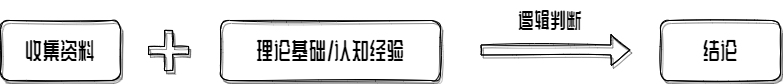
Before: problem-analysis-frame/Untitled Diagram.png, a diagram exported from draw.io (wudashan/blog-picture). Source tidied: cells renumbered, new cells last; positions are measured from the earlier drawing's top-left corner, leaving out a move shared by most shapes. Its diagram source:
```xml
<mxGraphModel>
  <root>
    <mxCell id="0" />
    <mxCell id="1" parent="0" />
    <mxCell id="2" value="&lt;p&gt;&lt;font style=&quot;font-size: 23px&quot;&gt;收集资料&lt;/font&gt;&lt;/p&gt;" style="whiteSpace=wrap;html=1;sketch=1;rounded=1;shadow=1;glass=0;fontFamily=ZCOOL QingKe HuangYou;fontSource=https%3A%2F%2Ffonts.googleapis.com%2Fcss%3Ffamily%3DZCOOL%2BQingKe%2BHuangYou;" parent="1" vertex="1">
      <mxGeometry y="20" width="120" height="60" as="geometry" />
    </mxCell>
    <mxCell id="3" style="shape=cross;whiteSpace=wrap;html=1;rounded=1;shadow=1;glass=0;sketch=1;fontFamily=ZCOOL QingKe HuangYou;fontSource=https%3A%2F%2Ffonts.googleapis.com%2Fcss%3Ffamily%3DZCOOL%2BQingKe%2BHuangYou;" parent="1" vertex="1">
      <mxGeometry x="148" y="30" width="40" height="40" as="geometry" />
    </mxCell>
    <mxCell id="4" value="&lt;p&gt;&lt;font style=&quot;font-size: 23px&quot;&gt;理论基础/认知经验&lt;/font&gt;&lt;/p&gt;" style="whiteSpace=wrap;html=1;sketch=1;rounded=1;shadow=1;glass=0;fontFamily=ZCOOL QingKe HuangYou;fontSource=https%3A%2F%2Ffonts.googleapis.com%2Fcss%3Ffamily%3DZCOOL%2BQingKe%2BHuangYou;" parent="1" vertex="1">
      <mxGeometry x="220" y="20" width="220" height="60" as="geometry" />
    </mxCell>
    <mxCell id="5" style="shape=flexArrow;endArrow=classic;html=1;sketch=1;fontFamily=ZCOOL QingKe HuangYou;fontSource=https%3A%2F%2Ffonts.googleapis.com%2Fcss%3Ffamily%3DZCOOL%2BQingKe%2BHuangYou;shadow=1;" parent="1" edge="1">
      <mxGeometry relative="1" as="geometry">
        <mxPoint x="480" y="49.5" as="sourcePoint" />
        <mxPoint x="630" y="49.5" as="targetPoint" />
      </mxGeometry>
    </mxCell>
    <mxCell id="6" value="&lt;font style=&quot;font-size: 21px&quot;&gt;逻辑判断&lt;/font&gt;" style="text;html=1;strokeColor=none;fillColor=none;align=center;verticalAlign=middle;whiteSpace=wrap;rounded=0;shadow=1;glass=0;sketch=1;fontFamily=ZCOOL QingKe HuangYou;fontSource=https%3A%2F%2Ffonts.googleapis.com%2Fcss%3Ffamily%3DZCOOL%2BQingKe%2BHuangYou;" parent="1" vertex="1">
      <mxGeometry x="490" width="120" height="40" as="geometry" />
    </mxCell>
    <mxCell id="7" value="&lt;p&gt;&lt;font style=&quot;font-size: 23px&quot;&gt;结论&lt;/font&gt;&lt;/p&gt;" style="whiteSpace=wrap;html=1;sketch=1;rounded=1;shadow=1;glass=0;fontFamily=ZCOOL QingKe HuangYou;fontSource=https%3A%2F%2Ffonts.googleapis.com%2Fcss%3Ffamily%3DZCOOL%2BQingKe%2BHuangYou;" parent="1" vertex="1">
      <mxGeometry x="660" y="20" width="120" height="60" as="geometry" />
    </mxCell>
  </root>
</mxGraphModel>
```
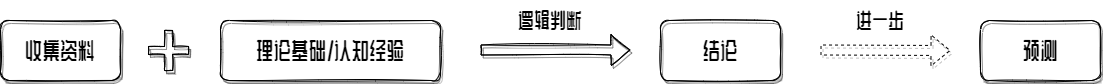
The same diagram one commit later.

Change to the diagram source:
```diff
@@ -23,5 +23,17 @@
     <mxCell id="7" value="&lt;p&gt;&lt;font style=&quot;font-size: 23px&quot;&gt;结论&lt;/font&gt;&lt;/p&gt;" style="whiteSpace=wrap;html=1;sketch=1;rounded=1;shadow=1;glass=0;fontFamily=ZCOOL QingKe HuangYou;fontSource=https%3A%2F%2Ffonts.googleapis.com%2Fcss%3Ffamily%3DZCOOL%2BQingKe%2BHuangYou;" parent="1" vertex="1">
       <mxGeometry x="660" y="20" width="120" height="60" as="geometry" />
     </mxCell>
+    <mxCell id="8" style="shape=flexArrow;endArrow=classic;html=1;shadow=1;fontFamily=ZCOOL QingKe HuangYou;fontSource=https%3A%2F%2Ffonts.googleapis.com%2Fcss%3Ffamily%3DZCOOL%2BQingKe%2BHuangYou;dashed=1;" parent="1" edge="1">
+      <mxGeometry relative="1" as="geometry">
+        <mxPoint x="820" y="49.5" as="sourcePoint" />
+        <mxPoint x="950" y="50" as="targetPoint" />
+      </mxGeometry>
+    </mxCell>
+    <mxCell id="9" value="&lt;p&gt;&lt;span style=&quot;font-size: 23px&quot;&gt;预测&lt;/span&gt;&lt;/p&gt;" style="whiteSpace=wrap;html=1;sketch=1;rounded=1;shadow=1;glass=0;fontFamily=ZCOOL QingKe HuangYou;fontSource=https%3A%2F%2Ffonts.googleapis.com%2Fcss%3Ffamily%3DZCOOL%2BQingKe%2BHuangYou;" parent="1" vertex="1">
+      <mxGeometry x="980" y="20" width="120" height="60" as="geometry" />
+    </mxCell>
+    <mxCell id="10" value="&lt;font style=&quot;font-size: 21px&quot;&gt;进一步&lt;/font&gt;" style="text;html=1;strokeColor=none;fillColor=none;align=center;verticalAlign=middle;whiteSpace=wrap;rounded=0;shadow=1;glass=0;sketch=1;fontFamily=ZCOOL QingKe HuangYou;fontSource=https%3A%2F%2Ffonts.googleapis.com%2Fcss%3Ffamily%3DZCOOL%2BQingKe%2BHuangYou;" parent="1" vertex="1">
+      <mxGeometry x="820" width="120" height="40" as="geometry" />
+    </mxCell>
   </root>
 </mxGraphModel>
```
